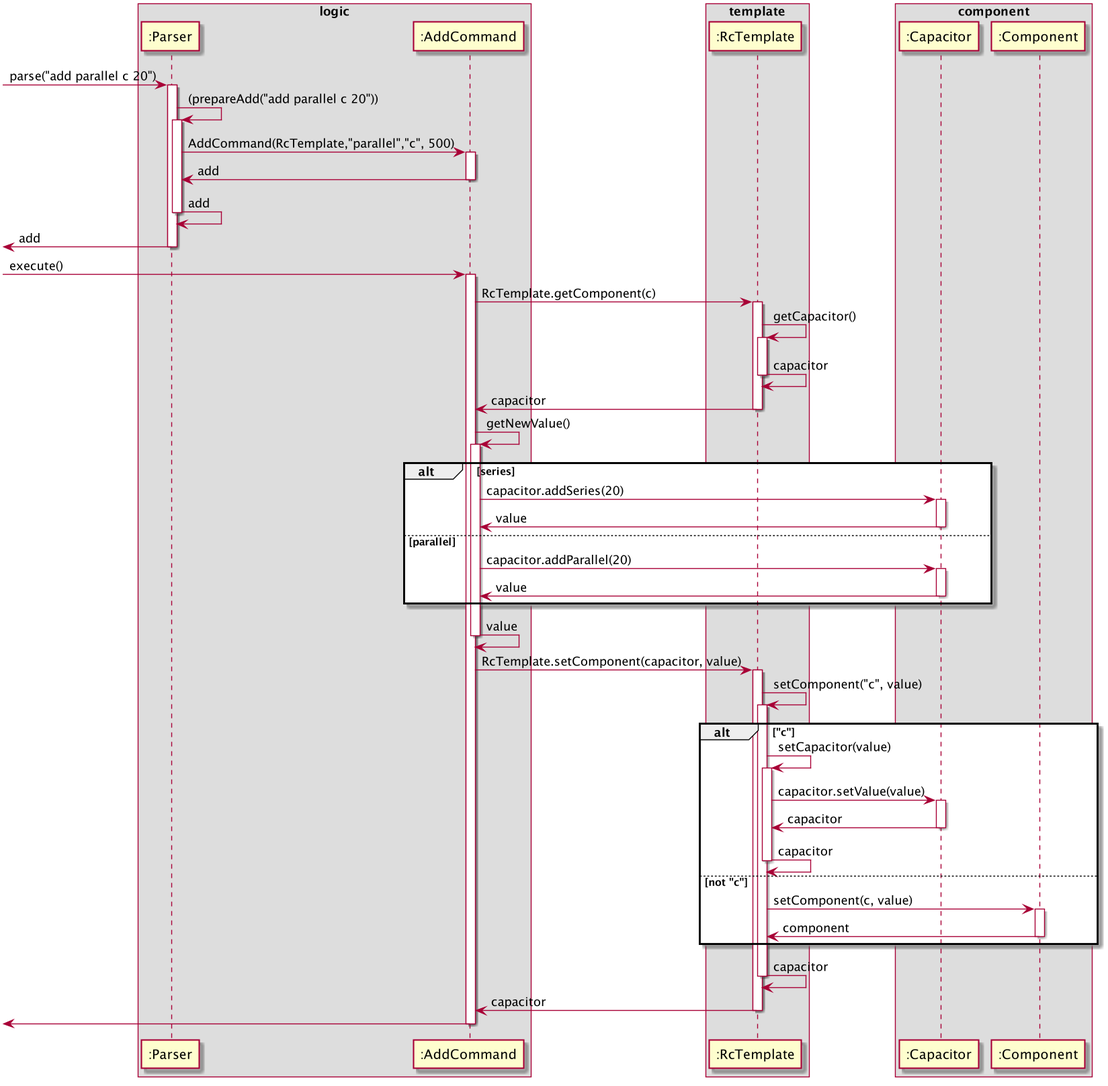
Above: docs/diagrams/AddSequenceDiagram.png in sevenseasofbri/tp (PlantUML), before the change.
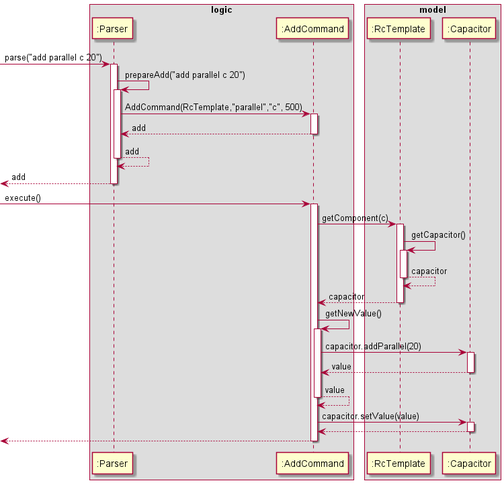
After the commit.

Change to the diagram source:
```diff
@@ -5,108 +5,63 @@
 participant ":AddCommand" as AddCommand
 end box
 
-box template
+box model
 participant ":RcTemplate" as RcTemplate
-end box
-
-box component
 participant ":Capacitor" as Capacitor
-participant ":Component" as Component
 end box
 
 [-> Parser : parse("add parallel c 20")
 activate Parser
 
-Parser -> Parser : (prepareAdd("add parallel c 20"))
+Parser -> Parser : prepareAdd("add parallel c 20")
 activate Parser
 
 Parser -> AddCommand : AddCommand(RcTemplate,"parallel","c", 500)
 activate AddCommand
 
-Parser <- AddCommand : add
+Parser <-- AddCommand : add
 deactivate AddCommand
 
-Parser <- Parser : add
+Parser <-- Parser : add
 deactivate Parser
 
-[<- Parser : add
+[<-- Parser : add
 deactivate Parser
 
 [-> AddCommand: execute()
 activate AddCommand
 
-AddCommand -> RcTemplate : RcTemplate.getComponent(c)
+AddCommand -> RcTemplate : getComponent(c)
 activate RcTemplate
 
 RcTemplate -> RcTemplate : getCapacitor()
 activate RcTemplate
 
-RcTemplate <- RcTemplate : capacitor
+RcTemplate <-- RcTemplate : capacitor
 deactivate RcTemplate
 
-AddCommand <- RcTemplate : capacitor
+AddCommand <-- RcTemplate : capacitor
 deactivate RcTemplate
 
 AddCommand -> AddCommand : getNewValue()
 activate AddCommand
 
-alt series
-AddCommand -> Capacitor : capacitor.addSeries(20)
-activate Capacitor
-
-AddCommand <- Capacitor : value
-deactivate Capacitor
-
-else parallel
 AddCommand -> Capacitor : capacitor.addParallel(20)
 activate Capacitor
 
-AddCommand <- Capacitor : value
+AddCommand <-- Capacitor : value
 deactivate Capacitor
-end
 
-AddCommand <- AddCommand : value
+AddCommand <-- AddCommand : value
 deactivate AddCommand
 
-
-AddCommand -> RcTemplate: RcTemplate.setComponent(capacitor, value)
-activate RcTemplate
-
-RcTemplate -> RcTemplate: setComponent("c", value)
-activate RcTemplate
-
-alt "c"
-RcTemplate -> RcTemplate: setCapacitor(value)
-activate RcTemplate
-
-RcTemplate -> Capacitor: capacitor.setValue(value)
+AddCommand -> Capacitor: capacitor.setValue(value)
 activate Capacitor
 
-RcTemplate <- Capacitor: capacitor
+AddCommand <-- Capacitor
 deactivate Capacitor
 
-RcTemplate <- RcTemplate: capacitor
-deactivate RcTemplate
-
-else not "c"
-RcTemplate -> Component: setComponent(c, value)
-activate Component
-
-RcTemplate <- Component: component
-deactivate Component
-end
-
-RcTemplate <- RcTemplate: capacitor
-deactivate RcTemplate
-
-AddCommand <- RcTemplate: capacitor
-deactivate RcTemplate
-
-[<- AddCommand
+[<-- AddCommand
 deactivate AddCommand
 
-
-
-
-
 @enduml
```
